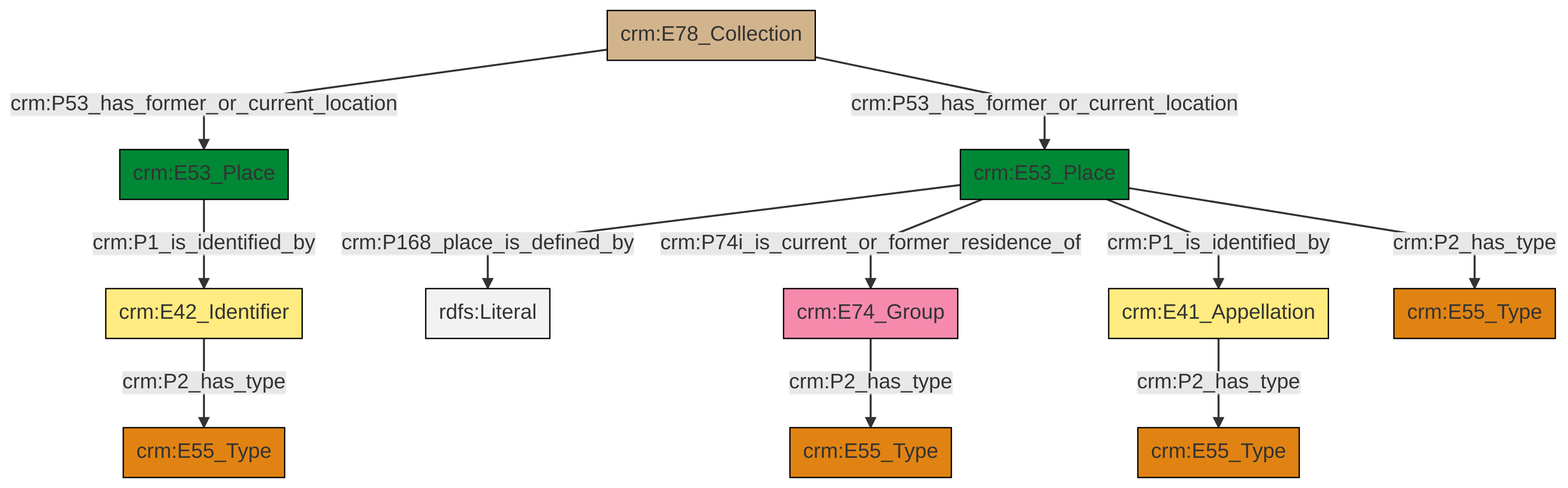
swiss-art-research-net/docs.swissartresearch keeps this Mermaid diagram as et/archivalCSV/ttl/mmd/png/archival_location.png. Above is the earlier version. Its source is kept beside it as et/archivalCSV/ttl/mmd/archival_location.ttl.mmd.
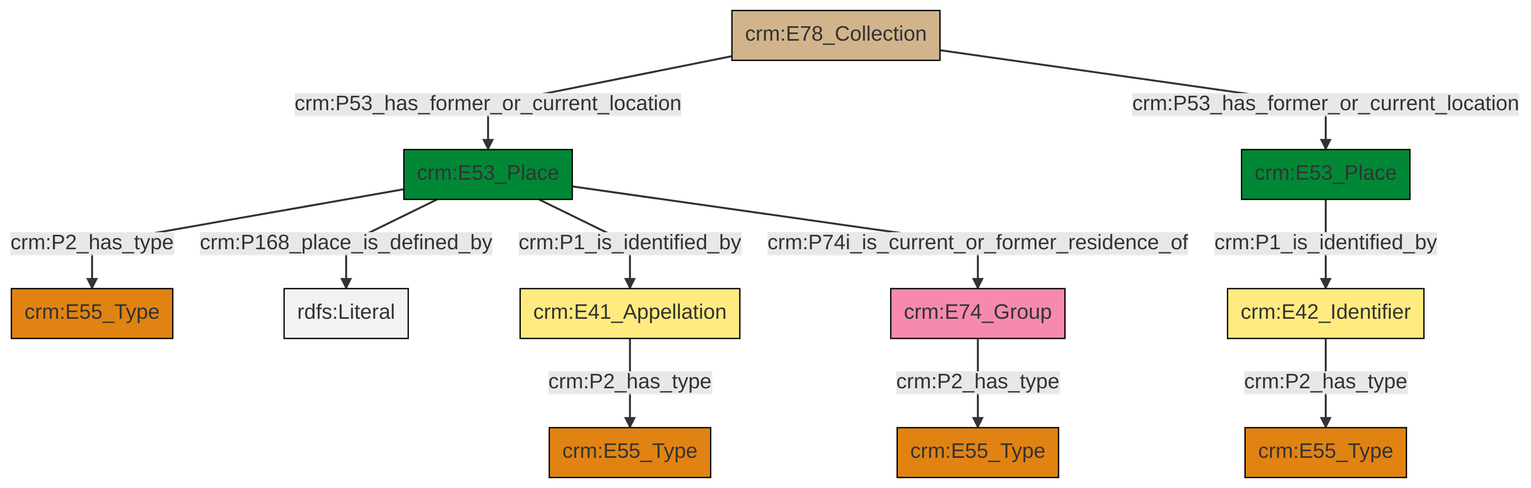
After the commit.

Change to the diagram source:
```diff
@@ -13,13 +13,13 @@
 classDef PC_Classes fill:#4ce600, stroke:#000000;
 classDef Multi fill:#cccccc,stroke:#000000;
 
-2["crm:E53_Place"]:::Place -->|crm:P168_place_is_defined_by| 3[rdfs:Literal]:::Literal
-2["crm:E53_Place"]:::Place -->|crm:P74i_is_current_or_former_residence_of| 7["crm:E74_Group"]:::Actor
-9["crm:E42_Identifier"]:::Appellation -->|crm:P2_has_type| 5["crm:E55_Type"]:::Type
-2["crm:E53_Place"]:::Place -->|crm:P1_is_identified_by| 11["crm:E41_Appellation"]:::Appellation
-14["crm:E78_Collection"]:::Physical_Thing -->|crm:P53_has_former_or_current_location| 15["crm:E53_Place"]:::Place
-7["crm:E74_Group"]:::Actor -->|crm:P2_has_type| 16["crm:E55_Type"]:::Type
-14["crm:E78_Collection"]:::Physical_Thing -->|crm:P53_has_former_or_current_location| 2["crm:E53_Place"]:::Place
-15["crm:E53_Place"]:::Place -->|crm:P1_is_identified_by| 9["crm:E42_Identifier"]:::Appellation
-11["crm:E41_Appellation"]:::Appellation -->|crm:P2_has_type| 0["crm:E55_Type"]:::Type
-2["crm:E53_Place"]:::Place -->|crm:P2_has_type| 12["crm:E55_Type"]:::Type
+4["crm:E53_Place"]:::Place -->|crm:P168_place_is_defined_by| 6[rdfs:Literal]:::Literal
+4["crm:E53_Place"]:::Place -->|crm:P2_has_type| 2["crm:E55_Type"]:::Type
+11["crm:E74_Group"]:::Actor -->|crm:P2_has_type| 12["crm:E55_Type"]:::Type
+4["crm:E53_Place"]:::Place -->|crm:P1_is_identified_by| 15["crm:E41_Appellation"]:::Appellation
+18["crm:E42_Identifier"]:::Appellation -->|crm:P2_has_type| 9["crm:E55_Type"]:::Type
+16["crm:E78_Collection"]:::Physical_Thing -->|crm:P53_has_former_or_current_location| 4["crm:E53_Place"]:::Place
+16["crm:E78_Collection"]:::Physical_Thing -->|crm:P53_has_former_or_current_location| 0["crm:E53_Place"]:::Place
+0["crm:E53_Place"]:::Place -->|crm:P1_is_identified_by| 18["crm:E42_Identifier"]:::Appellation
+4["crm:E53_Place"]:::Place -->|crm:P74i_is_current_or_former_residence_of| 11["crm:E74_Group"]:::Actor
+15["crm:E41_Appellation"]:::Appellation -->|crm:P2_has_type| 7["crm:E55_Type"]:::Type
```
